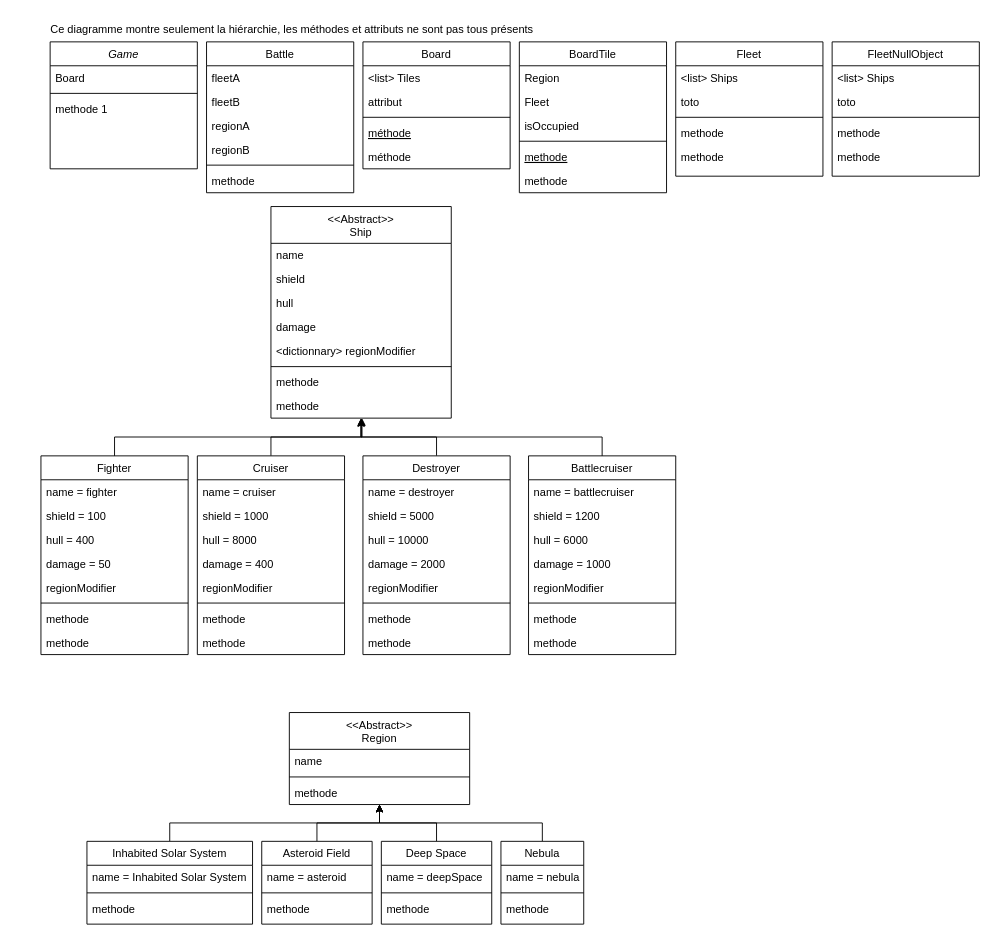
Above: Space-game.drawio in SolennPenarroya/Space-game-project (draw.io), before the change. Source tidied: cells renumbered, new cells numbered last; positions are measured from the earlier drawing's top-left corner, leaving out a move shared by most shapes. Both pictures are drawn from the tidied source at 92%, with x=0, y=0 at pixel (16, 16).
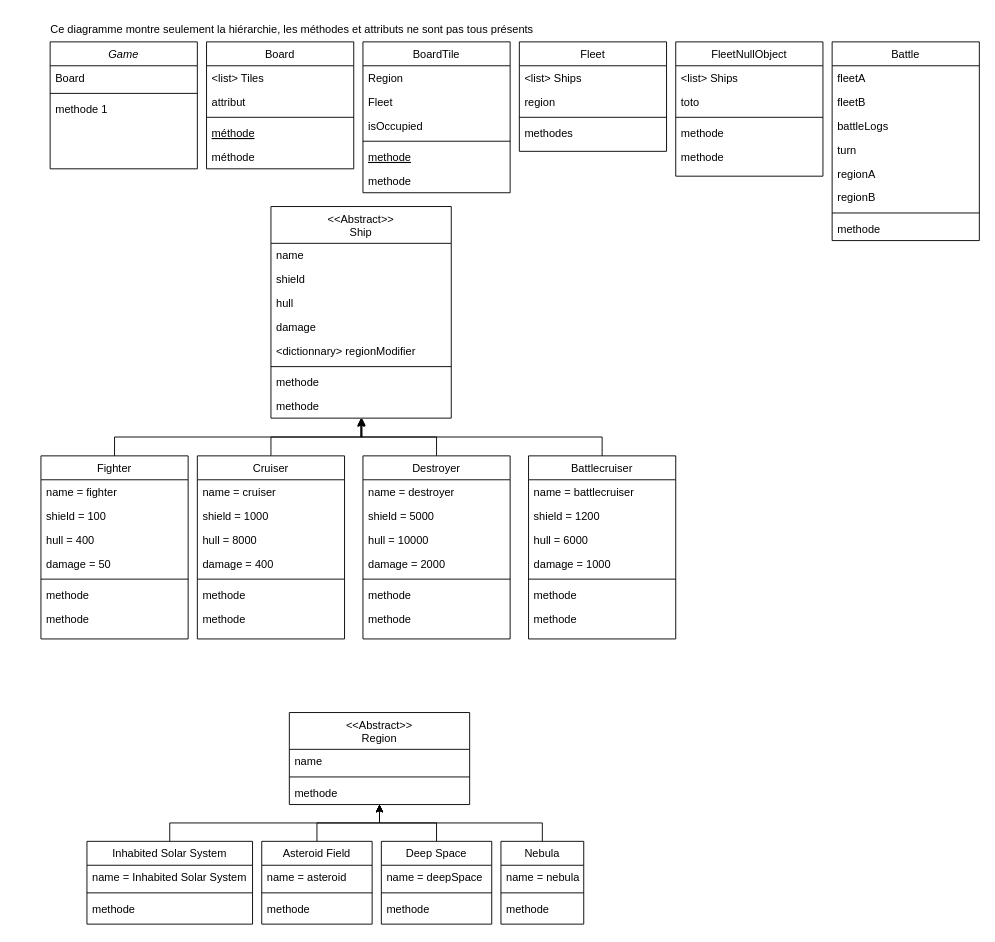
The same diagram, later.

Commit message:
Mettre à jour Space-game.drawio

Diff of the diagram source:
```diff
@@
     <mxCell id="6" value="BoardTile" style="swimlane;fontStyle=0;align=center;verticalAlign=top;horizontal=1;startSize=26;rounded=0;shadow=0;strokeWidth=1;" parent="1" vertex="1">
-      <mxGeometry x="547" y="28" width="160" height="164" as="geometry" />
+      <mxGeometry x="377" y="28" width="160" height="164" as="geometry" />
     </mxCell>
@@
     <mxCell id="13" value="Fleet" style="swimlane;fontStyle=0;align=center;verticalAlign=top;horizontal=1;startSize=26;rounded=0;shadow=0;strokeWidth=1;" parent="1" vertex="1">
-      <mxGeometry x="717" y="28" width="160" height="146" as="geometry" />
+      <mxGeometry x="547" y="28" width="160" height="119" as="geometry" />
     </mxCell>
@@
-    <mxCell id="15" value="toto" style="text;align=left;verticalAlign=top;spacingLeft=4;spacingRight=4;overflow=hidden;rounded=0;shadow=0;html=0;" parent="13" vertex="1">
+    <mxCell id="15" value="region" style="text;align=left;verticalAlign=top;spacingLeft=4;spacingRight=4;overflow=hidden;rounded=0;shadow=0;html=0;" parent="13" vertex="1">
       <mxGeometry y="52" width="160" height="26" as="geometry" />
     </mxCell>
@@
-    <mxCell id="17" value="methode" style="text;align=left;verticalAlign=top;spacingLeft=4;spacingRight=4;overflow=hidden;" parent="13" vertex="1">
+    <mxCell id="17" value="methodes" style="text;align=left;verticalAlign=top;spacingLeft=4;spacingRight=4;overflow=hidden;" parent="13" vertex="1">
       <mxGeometry y="86" width="160" height="26" as="geometry" />
     </mxCell>
-    <mxCell id="18" value="methode" style="text;align=left;verticalAlign=top;spacingLeft=4;spacingRight=4;overflow=hidden;" parent="13" vertex="1">
-      <mxGeometry y="112" width="160" height="26" as="geometry" />
-    </mxCell>
     <mxCell id="19" value="Board" style="swimlane;fontStyle=0;align=center;verticalAlign=top;horizontal=1;startSize=26;rounded=0;shadow=0;strokeWidth=1;" parent="1" vertex="1">
-      <mxGeometry x="377" y="28" width="160" height="138" as="geometry" />
+      <mxGeometry x="207" y="28" width="160" height="138" as="geometry" />
     </mxCell>
@@
     <mxCell id="34" value="Fighter" style="swimlane;fontStyle=0;align=center;verticalAlign=top;horizontal=1;startSize=26;rounded=0;shadow=0;strokeWidth=1;" parent="1" vertex="1">
-      <mxGeometry x="27" y="478" width="160" height="216" as="geometry" />
+      <mxGeometry x="27" y="478" width="160" height="199" as="geometry" />
     </mxCell>
@@
-    <mxCell id="39" value="regionModifier" style="text;align=left;verticalAlign=top;spacingLeft=4;spacingRight=4;overflow=hidden;rounded=0;shadow=0;html=0;" parent="34" vertex="1">
-      <mxGeometry y="130" width="160" height="26" as="geometry" />
-    </mxCell>
     <mxCell id="40" style="line;html=1;strokeWidth=1;align=left;verticalAlign=middle;spacingTop=-1;spacingLeft=3;spacingRight=3;labelPosition=right;" parent="34" vertex="1">
-      <mxGeometry y="156" width="160" height="8" as="geometry" />
+      <mxGeometry y="130" width="160" height="8" as="geometry" />
     </mxCell>
     <mxCell id="41" value="methode" style="text;align=left;verticalAlign=top;spacingLeft=4;spacingRight=4;overflow=hidden;" parent="34" vertex="1">
-      <mxGeometry y="164" width="160" height="26" as="geometry" />
+      <mxGeometry y="138" width="160" height="26" as="geometry" />
     </mxCell>
     <mxCell id="42" value="methode" style="text;align=left;verticalAlign=top;spacingLeft=4;spacingRight=4;overflow=hidden;" parent="34" vertex="1">
-      <mxGeometry y="190" width="160" height="26" as="geometry" />
+      <mxGeometry y="164" width="160" height="26" as="geometry" />
     </mxCell>
@@
     <mxCell id="44" value="Cruiser" style="swimlane;fontStyle=0;align=center;verticalAlign=top;horizontal=1;startSize=26;rounded=0;shadow=0;strokeWidth=1;" parent="1" vertex="1">
-      <mxGeometry x="197" y="478" width="160" height="216" as="geometry" />
+      <mxGeometry x="197" y="478" width="160" height="199" as="geometry" />
     </mxCell>
@@
-    <mxCell id="49" value="regionModifier" style="text;align=left;verticalAlign=top;spacingLeft=4;spacingRight=4;overflow=hidden;rounded=0;shadow=0;html=0;" parent="44" vertex="1">
-      <mxGeometry y="130" width="160" height="26" as="geometry" />
-    </mxCell>
     <mxCell id="50" style="line;html=1;strokeWidth=1;align=left;verticalAlign=middle;spacingTop=-1;spacingLeft=3;spacingRight=3;labelPosition=right;" parent="44" vertex="1">
-      <mxGeometry y="156" width="160" height="8" as="geometry" />
+      <mxGeometry y="130" width="160" height="8" as="geometry" />
     </mxCell>
     <mxCell id="51" value="methode" style="text;align=left;verticalAlign=top;spacingLeft=4;spacingRight=4;overflow=hidden;" parent="44" vertex="1">
-      <mxGeometry y="164" width="160" height="26" as="geometry" />
+      <mxGeometry y="138" width="160" height="26" as="geometry" />
     </mxCell>
     <mxCell id="52" value="methode" style="text;align=left;verticalAlign=top;spacingLeft=4;spacingRight=4;overflow=hidden;" parent="44" vertex="1">
-      <mxGeometry y="190" width="160" height="26" as="geometry" />
+      <mxGeometry y="164" width="160" height="26" as="geometry" />
     </mxCell>
@@
     <mxCell id="54" value="Destroyer" style="swimlane;fontStyle=0;align=center;verticalAlign=top;horizontal=1;startSize=26;rounded=0;shadow=0;strokeWidth=1;" parent="1" vertex="1">
-      <mxGeometry x="377" y="478" width="160" height="216" as="geometry" />
+      <mxGeometry x="377" y="478" width="160" height="199" as="geometry" />
     </mxCell>
@@
-    <mxCell id="59" value="regionModifier" style="text;align=left;verticalAlign=top;spacingLeft=4;spacingRight=4;overflow=hidden;rounded=0;shadow=0;html=0;" parent="54" vertex="1">
-      <mxGeometry y="130" width="160" height="26" as="geometry" />
-    </mxCell>
     <mxCell id="60" style="line;html=1;strokeWidth=1;align=left;verticalAlign=middle;spacingTop=-1;spacingLeft=3;spacingRight=3;labelPosition=right;" parent="54" vertex="1">
-      <mxGeometry y="156" width="160" height="8" as="geometry" />
+      <mxGeometry y="130" width="160" height="8" as="geometry" />
     </mxCell>
     <mxCell id="61" value="methode" style="text;align=left;verticalAlign=top;spacingLeft=4;spacingRight=4;overflow=hidden;" parent="54" vertex="1">
-      <mxGeometry y="164" width="160" height="26" as="geometry" />
+      <mxGeometry y="138" width="160" height="26" as="geometry" />
     </mxCell>
     <mxCell id="62" value="methode" style="text;align=left;verticalAlign=top;spacingLeft=4;spacingRight=4;overflow=hidden;" parent="54" vertex="1">
-      <mxGeometry y="190" width="160" height="26" as="geometry" />
+      <mxGeometry y="164" width="160" height="26" as="geometry" />
     </mxCell>
     <mxCell id="63" value="Battlecruiser" style="swimlane;fontStyle=0;align=center;verticalAlign=top;horizontal=1;startSize=26;rounded=0;shadow=0;strokeWidth=1;" parent="1" vertex="1">
-      <mxGeometry x="557" y="478" width="160" height="216" as="geometry" />
+      <mxGeometry x="557" y="478" width="160" height="199" as="geometry" />
     </mxCell>
@@
-    <mxCell id="68" value="regionModifier" style="text;align=left;verticalAlign=top;spacingLeft=4;spacingRight=4;overflow=hidden;rounded=0;shadow=0;html=0;" parent="63" vertex="1">
-      <mxGeometry y="130" width="160" height="26" as="geometry" />
-    </mxCell>
     <mxCell id="69" style="line;html=1;strokeWidth=1;align=left;verticalAlign=middle;spacingTop=-1;spacingLeft=3;spacingRight=3;labelPosition=right;" parent="63" vertex="1">
-      <mxGeometry y="156" width="160" height="8" as="geometry" />
+      <mxGeometry y="130" width="160" height="8" as="geometry" />
     </mxCell>
     <mxCell id="70" value="methode" style="text;align=left;verticalAlign=top;spacingLeft=4;spacingRight=4;overflow=hidden;" parent="63" vertex="1">
-      <mxGeometry y="164" width="160" height="26" as="geometry" />
+      <mxGeometry y="138" width="160" height="26" as="geometry" />
     </mxCell>
     <mxCell id="71" value="methode" style="text;align=left;verticalAlign=top;spacingLeft=4;spacingRight=4;overflow=hidden;" parent="63" vertex="1">
-      <mxGeometry y="190" width="160" height="26" as="geometry" />
+      <mxGeometry y="164" width="160" height="26" as="geometry" />
     </mxCell>
@@
     <mxCell id="96" value="Battle" style="swimlane;fontStyle=0;align=center;verticalAlign=top;horizontal=1;startSize=26;rounded=0;shadow=0;strokeWidth=1;" parent="1" vertex="1">
-      <mxGeometry x="207" y="28" width="160" height="164" as="geometry" />
+      <mxGeometry x="887" y="28" width="160" height="216" as="geometry" />
     </mxCell>
@@
+    <mxCell id="112" value="battleLogs" style="text;align=left;verticalAlign=top;spacingLeft=4;spacingRight=4;overflow=hidden;rounded=0;shadow=0;html=0;" parent="96" vertex="1">
+      <mxGeometry y="78" width="160" height="26" as="geometry" />
+    </mxCell>
+    <mxCell id="113" value="turn" style="text;align=left;verticalAlign=top;spacingLeft=4;spacingRight=4;overflow=hidden;rounded=0;shadow=0;html=0;" parent="96" vertex="1">
+      <mxGeometry y="104" width="160" height="26" as="geometry" />
+    </mxCell>
     <mxCell id="99" value="regionA" style="text;align=left;verticalAlign=top;spacingLeft=4;spacingRight=4;overflow=hidden;rounded=0;shadow=0;html=0;" parent="96" vertex="1">
-      <mxGeometry y="78" width="160" height="26" as="geometry" />
+      <mxGeometry y="130" width="160" height="26" as="geometry" />
     </mxCell>
     <mxCell id="100" value="regionB" style="text;align=left;verticalAlign=top;spacingLeft=4;spacingRight=4;overflow=hidden;rounded=0;shadow=0;html=0;" parent="96" vertex="1">
-      <mxGeometry y="104" width="160" height="26" as="geometry" />
+      <mxGeometry y="156" width="160" height="26" as="geometry" />
     </mxCell>
     <mxCell id="101" style="line;html=1;strokeWidth=1;align=left;verticalAlign=middle;spacingTop=-1;spacingLeft=3;spacingRight=3;labelPosition=right;" parent="96" vertex="1">
-      <mxGeometry y="130" width="160" height="8" as="geometry" />
+      <mxGeometry y="182" width="160" height="8" as="geometry" />
     </mxCell>
     <mxCell id="102" value="methode" style="text;align=left;verticalAlign=top;spacingLeft=4;spacingRight=4;overflow=hidden;" parent="96" vertex="1">
-      <mxGeometry y="138" width="160" height="26" as="geometry" />
+      <mxGeometry y="190" width="160" height="26" as="geometry" />
     </mxCell>
     <mxCell id="103" value="FleetNullObject" style="swimlane;fontStyle=0;align=center;verticalAlign=top;horizontal=1;startSize=26;rounded=0;shadow=0;strokeWidth=1;" parent="1" vertex="1">
-      <mxGeometry x="887" y="28" width="160" height="146" as="geometry" />
+      <mxGeometry x="717" y="28" width="160" height="146" as="geometry" />
     </mxCell>
```
